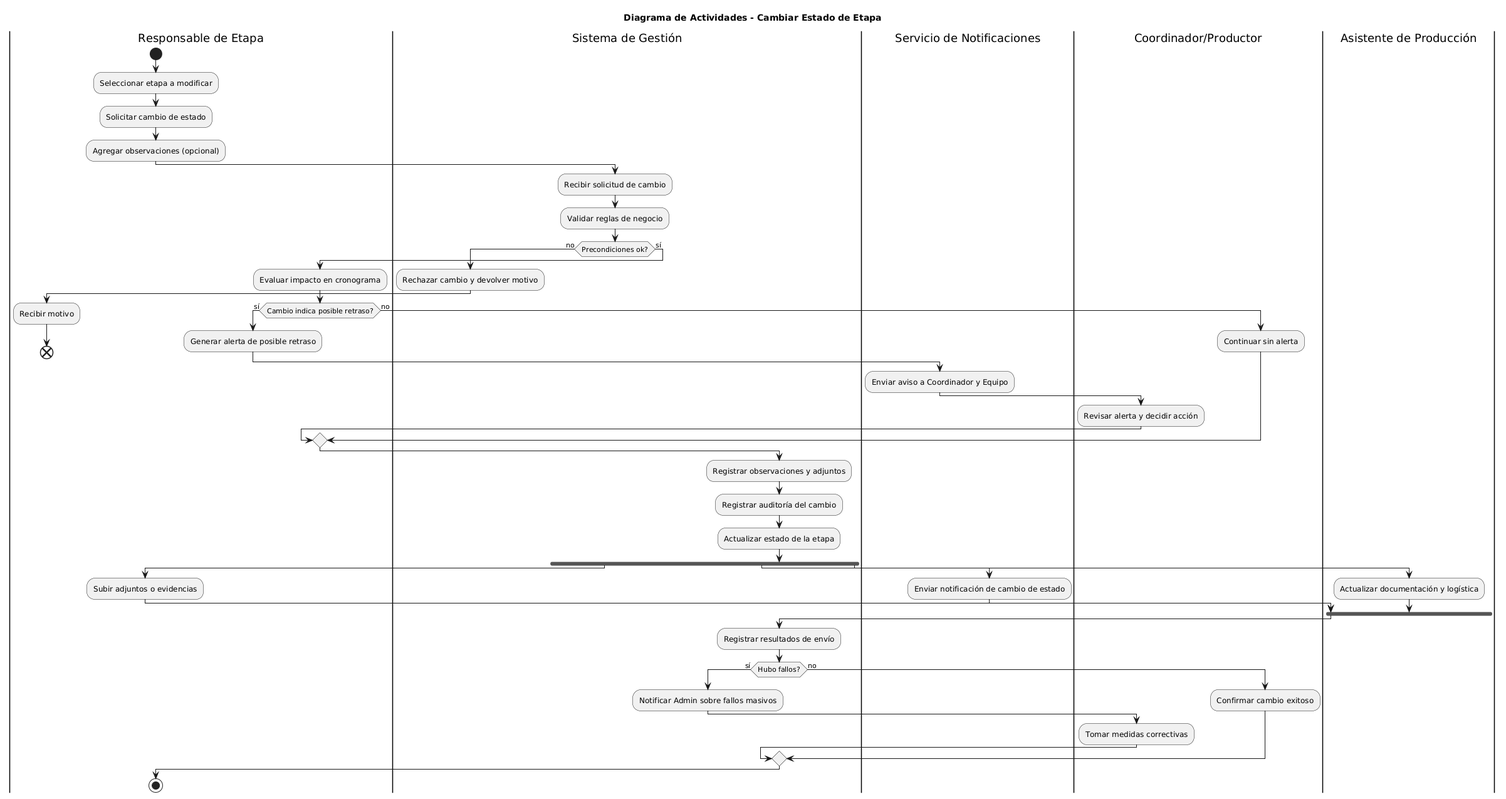
GonzaloBarbano/SistemaProductoraVideos keeps this PlantUML diagram as diagramas/04-diagramas-actividades/04-actividad-cambiar-estado-etapa-04.png. Above is the earlier version.
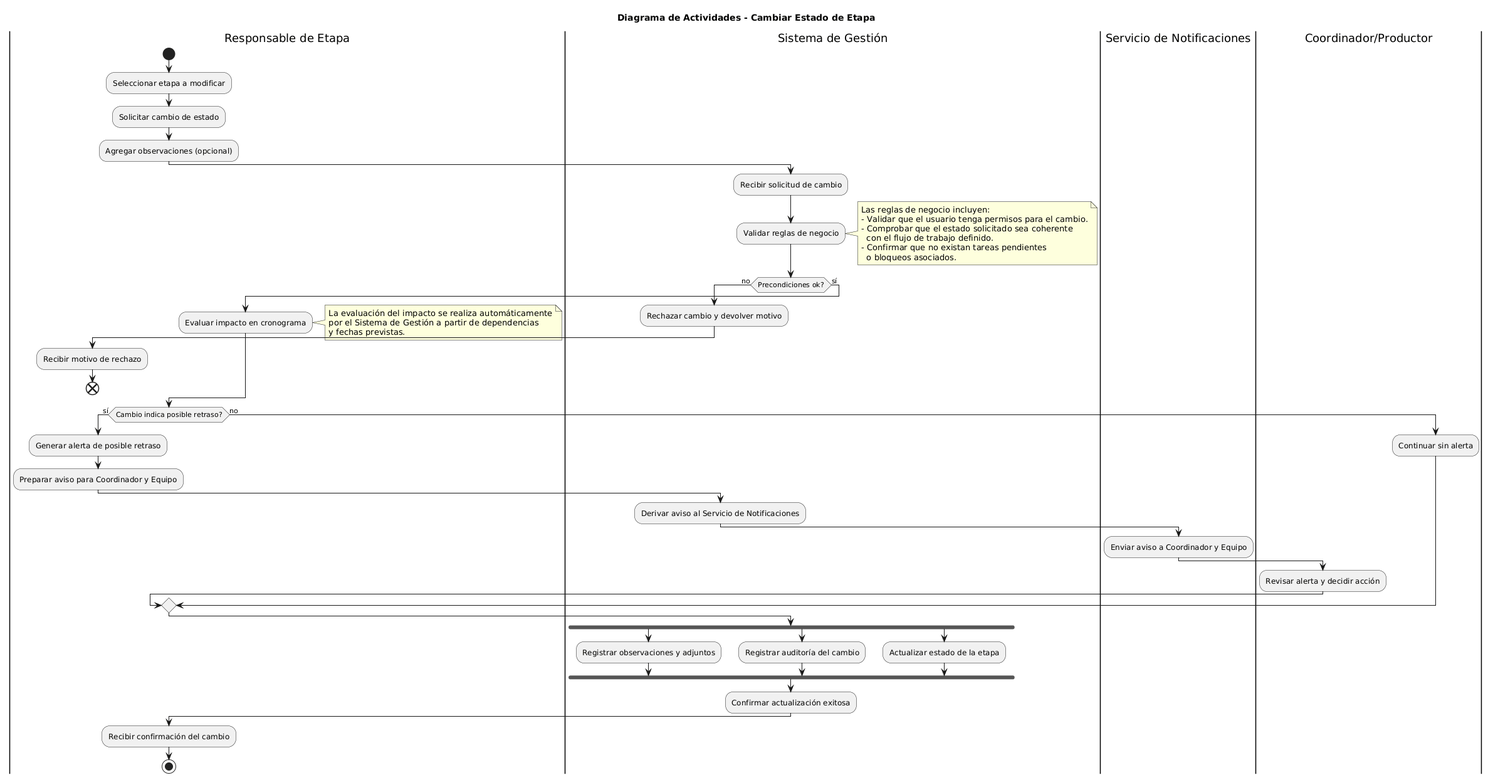
Later version of the same file.

Commit message:
Correccion changelog-Diagramas de actividad 3,4 y5

Change to the diagram source:
```diff
@@ -1,5 +1,6 @@
 @startuml
 title Diagrama de Actividades - Cambiar Estado de Etapa
+
 |Responsable de Etapa|
 start
 :Seleccionar etapa a modificar;
@@ -9,52 +10,53 @@
 |Sistema de Gestión|
 :Recibir solicitud de cambio;
 :Validar reglas de negocio;
+note right
+Las reglas de negocio incluyen:
+- Validar que el usuario tenga permisos para el cambio.
+- Comprobar que el estado solicitado sea coherente
+  con el flujo de trabajo definido.
+- Confirmar que no existan tareas pendientes
+  o bloqueos asociados.
+end note
 
 if (Precondiciones ok?) then (no)
   :Rechazar cambio y devolver motivo;
   |Responsable de Etapa|
-  :Recibir motivo;
+  :Recibir motivo de rechazo;
   end
 else (sí)
   :Evaluar impacto en cronograma;
-  if (Cambio indica posible retraso?) then (sí)
-    :Generar alerta de posible retraso;
-    |Servicio de Notificaciones|
-    :Enviar aviso a Coordinador y Equipo;
-    |Coordinador/Productor|
-    :Revisar alerta y decidir acción;
-  else (no)
-    :Continuar sin alerta;
-  endif
-
-  |Sistema de Gestión|
-  :Registrar observaciones y adjuntos;
-  :Registrar auditoría del cambio;
-  :Actualizar estado de la etapa;
-
-  fork
-    |Responsable de Etapa|
-    :Subir adjuntos o evidencias;
-  fork again
-    |Servicio de Notificaciones|
-    :Enviar notificación de cambio de estado;
-  fork again
-    |Asistente de Producción|
-    :Actualizar documentación y logística;
-  end fork
-
-  |Sistema de Gestión|
-  :Registrar resultados de envío;
-
-  if (Hubo fallos?) then (sí)
-    :Notificar Admin sobre fallos masivos;
-    |Coordinador/Productor|
-    :Tomar medidas correctivas;
-  else (no)
-    :Confirmar cambio exitoso;
-  endif
+  note right
+  La evaluación del impacto se realiza automáticamente
+  por el Sistema de Gestión a partir de dependencias
+  y fechas previstas.
+  end note
 endif
 
+if (Cambio indica posible retraso?) then (sí)
+  :Generar alerta de posible retraso;
+  :Preparar aviso para Coordinador y Equipo;
+  |Sistema de Gestión|
+  :Derivar aviso al Servicio de Notificaciones;
+  |Servicio de Notificaciones|
+  :Enviar aviso a Coordinador y Equipo;
+  |Coordinador/Productor|
+  :Revisar alerta y decidir acción;
+else (no)
+  :Continuar sin alerta;
+endif
+
+|Sistema de Gestión|
+fork
+  :Registrar observaciones y adjuntos;
+fork again
+  :Registrar auditoría del cambio;
+fork again
+  :Actualizar estado de la etapa;
+end fork
+
+:Confirmar actualización exitosa;
 |Responsable de Etapa|
+:Recibir confirmación del cambio;
 stop
 @enduml
```
